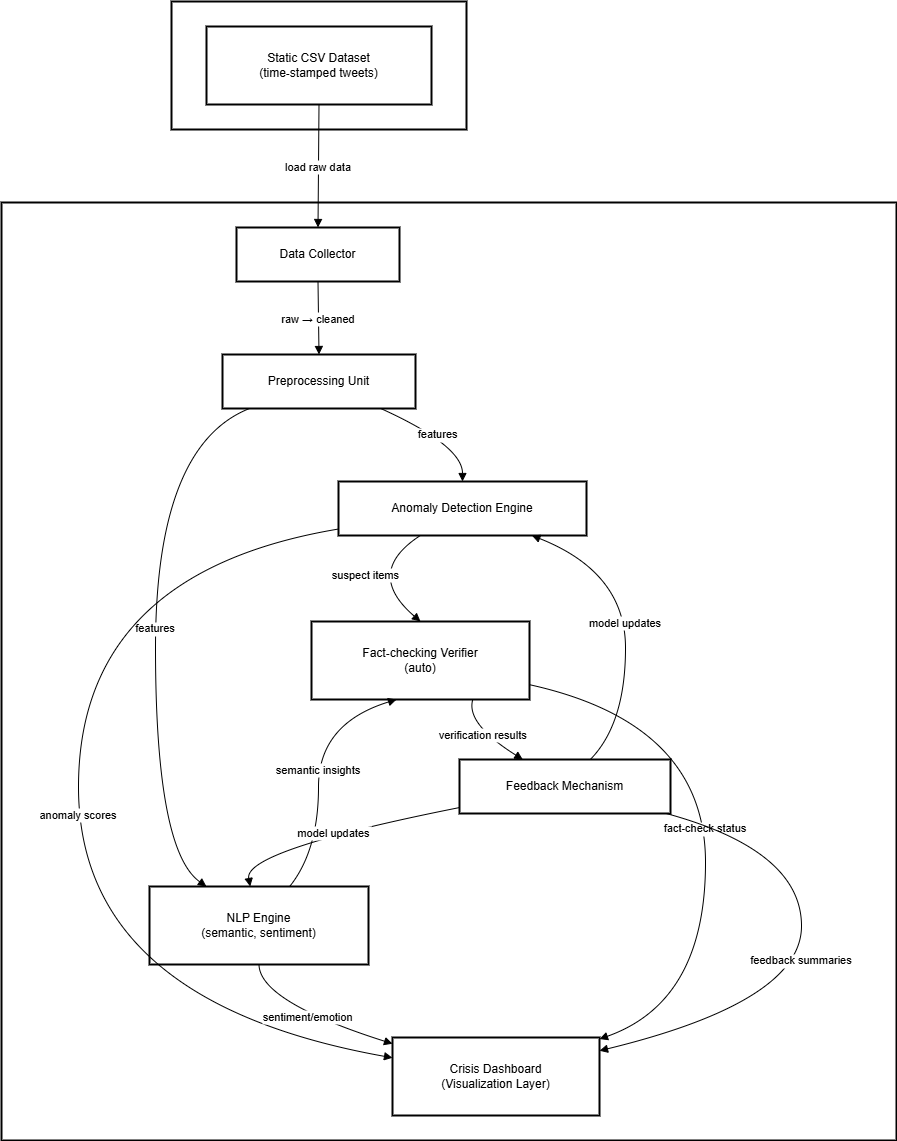
The draw.io diagram Project_Diagram.png in d-ioannidis/Anomaly-Detection-in-Social-Media, before a commit. Source tidied: cells renumbered, new cells last; positions are measured from the earlier drawing's top-left corner, leaving out a move shared by most shapes. Its diagram source:
```xml
<mxGraphModel>
  <root>
    <mxCell id="0" />
    <mxCell id="1" parent="0" />
    <mxCell id="2" value="CrisisDetectionSystem" style="whiteSpace=wrap;strokeWidth=2;" parent="1" vertex="1">
      <mxGeometry y="201" width="895" height="938" as="geometry" />
    </mxCell>
    <mxCell id="3" value="Dataset" style="whiteSpace=wrap;strokeWidth=2;" parent="1" vertex="1">
      <mxGeometry x="170" width="295" height="128" as="geometry" />
    </mxCell>
    <mxCell id="4" value="Static CSV Dataset&#10;(time‑stamped tweets)" style="whiteSpace=wrap;strokeWidth=2;" parent="1" vertex="1">
      <mxGeometry x="205" y="25" width="225" height="78" as="geometry" />
    </mxCell>
    <mxCell id="5" value="Data Collector" style="whiteSpace=wrap;strokeWidth=2;" parent="1" vertex="1">
      <mxGeometry x="235" y="226" width="163" height="54" as="geometry" />
    </mxCell>
    <mxCell id="6" value="Preprocessing Unit" style="whiteSpace=wrap;strokeWidth=2;" parent="1" vertex="1">
      <mxGeometry x="221" y="353" width="193" height="54" as="geometry" />
    </mxCell>
    <mxCell id="7" value="Anomaly Detection Engine" style="whiteSpace=wrap;strokeWidth=2;" parent="1" vertex="1">
      <mxGeometry x="337" y="480" width="248" height="54" as="geometry" />
    </mxCell>
    <mxCell id="8" value="NLP Engine&#10;(semantic, sentiment)" style="whiteSpace=wrap;strokeWidth=2;" parent="1" vertex="1">
      <mxGeometry x="148" y="885" width="219" height="78" as="geometry" />
    </mxCell>
    <mxCell id="9" value="Fact‑checking Verifier&#10;(auto)" style="whiteSpace=wrap;strokeWidth=2;" parent="1" vertex="1">
      <mxGeometry x="310" y="620" width="218" height="78" as="geometry" />
    </mxCell>
    <mxCell id="10" value="Feedback Mechanism" style="whiteSpace=wrap;strokeWidth=2;" parent="1" vertex="1">
      <mxGeometry x="458" y="758" width="211" height="54" as="geometry" />
    </mxCell>
    <mxCell id="11" value="Crisis Dashboard&#10;(Visualization Layer)" style="whiteSpace=wrap;strokeWidth=2;" parent="1" vertex="1">
      <mxGeometry x="391" y="1036" width="207" height="78" as="geometry" />
    </mxCell>
    <mxCell id="12" value="load raw data" style="curved=1;startArrow=none;endArrow=block;exitX=0.5;exitY=1;entryX=0.5;entryY=0;rounded=0;" parent="1" edge="1" source="4" target="5">
      <mxGeometry relative="1" as="geometry" />
    </mxCell>
    <mxCell id="13" value="raw → cleaned" style="curved=1;startArrow=none;endArrow=block;exitX=0.5;exitY=1;entryX=0.5;entryY=0;rounded=0;" parent="1" edge="1" source="5" target="6">
      <mxGeometry relative="1" as="geometry" />
    </mxCell>
    <mxCell id="14" value="features" style="curved=1;startArrow=none;endArrow=block;exitX=0.82;exitY=1;entryX=0.5;entryY=0;rounded=0;" parent="1" edge="1" source="6" target="7">
      <mxGeometry relative="1" as="geometry">
        <Array as="points">
          <mxPoint x="461" y="444" />
        </Array>
      </mxGeometry>
    </mxCell>
    <mxCell id="15" value="features" style="curved=1;startArrow=none;endArrow=block;exitX=0.14;exitY=1;entryX=0.26;entryY=0;rounded=0;" parent="1" edge="1" source="6" target="8">
      <mxGeometry relative="1" as="geometry">
        <Array as="points">
          <mxPoint x="154" y="444" />
          <mxPoint x="154" y="849" />
        </Array>
      </mxGeometry>
    </mxCell>
    <mxCell id="16" value="suspect items" style="curved=1;startArrow=none;endArrow=block;exitX=0.33;exitY=1;entryX=0.5;entryY=0;rounded=0;" parent="1" edge="1" source="7" target="9">
      <mxGeometry relative="1" as="geometry">
        <Array as="points">
          <mxPoint x="362" y="571" />
        </Array>
      </mxGeometry>
    </mxCell>
    <mxCell id="17" value="semantic insights" style="curved=1;startArrow=none;endArrow=block;exitX=0.64;exitY=0;entryX=0.39;entryY=1;rounded=0;" parent="1" edge="1" source="8" target="9">
      <mxGeometry relative="1" as="geometry">
        <Array as="points">
          <mxPoint x="317" y="849" />
          <mxPoint x="317" y="722" />
        </Array>
      </mxGeometry>
    </mxCell>
    <mxCell id="18" value="verification results" style="curved=1;startArrow=none;endArrow=block;exitX=0.74;exitY=1;entryX=0.3;entryY=0;rounded=0;" parent="1" edge="1" source="9" target="10">
      <mxGeometry relative="1" as="geometry">
        <Array as="points">
          <mxPoint x="464" y="722" />
        </Array>
      </mxGeometry>
    </mxCell>
    <mxCell id="19" value="model updates" style="curved=1;startArrow=none;endArrow=block;exitX=0.62;exitY=0;entryX=0.78;entryY=1;rounded=0;" parent="1" edge="1" source="10" target="7">
      <mxGeometry relative="1" as="geometry">
        <Array as="points">
          <mxPoint x="624" y="722" />
          <mxPoint x="624" y="571" />
        </Array>
      </mxGeometry>
    </mxCell>
    <mxCell id="20" value="model updates" style="curved=1;startArrow=none;endArrow=block;exitX=0;exitY=0.89;entryX=0.46;entryY=0;rounded=0;" parent="1" edge="1" source="10" target="8">
      <mxGeometry relative="1" as="geometry">
        <Array as="points">
          <mxPoint x="242" y="849" />
        </Array>
      </mxGeometry>
    </mxCell>
    <mxCell id="21" value="anomaly scores" style="curved=1;startArrow=none;endArrow=block;exitX=0;exitY=0.88;entryX=0;entryY=0.26;rounded=0;" parent="1" edge="1" source="7" target="11">
      <mxGeometry relative="1" as="geometry">
        <Array as="points">
          <mxPoint x="77" y="571" />
          <mxPoint x="77" y="1000" />
        </Array>
      </mxGeometry>
    </mxCell>
    <mxCell id="22" value="sentiment/emotion" style="curved=1;startArrow=none;endArrow=block;exitX=0.5;exitY=1;entryX=0;entryY=0.08;rounded=0;" parent="1" edge="1" source="8" target="11">
      <mxGeometry relative="1" as="geometry">
        <Array as="points">
          <mxPoint x="258" y="1000" />
        </Array>
      </mxGeometry>
    </mxCell>
    <mxCell id="23" value="fact‑check status" style="curved=1;startArrow=none;endArrow=block;exitX=1;exitY=0.81;entryX=1;entryY=0.02;rounded=0;" parent="1" edge="1" source="9" target="11">
      <mxGeometry relative="1" as="geometry">
        <Array as="points">
          <mxPoint x="704" y="722" />
          <mxPoint x="704" y="1000" />
        </Array>
      </mxGeometry>
    </mxCell>
    <mxCell id="24" value="feedback summaries" style="curved=1;startArrow=none;endArrow=block;exitX=0.98;exitY=1;entryX=1;entryY=0.17;rounded=0;" parent="1" edge="1" source="10" target="11">
      <mxGeometry relative="1" as="geometry">
        <Array as="points">
          <mxPoint x="800" y="849" />
          <mxPoint x="800" y="1000" />
        </Array>
      </mxGeometry>
    </mxCell>
  </root>
</mxGraphModel>
```
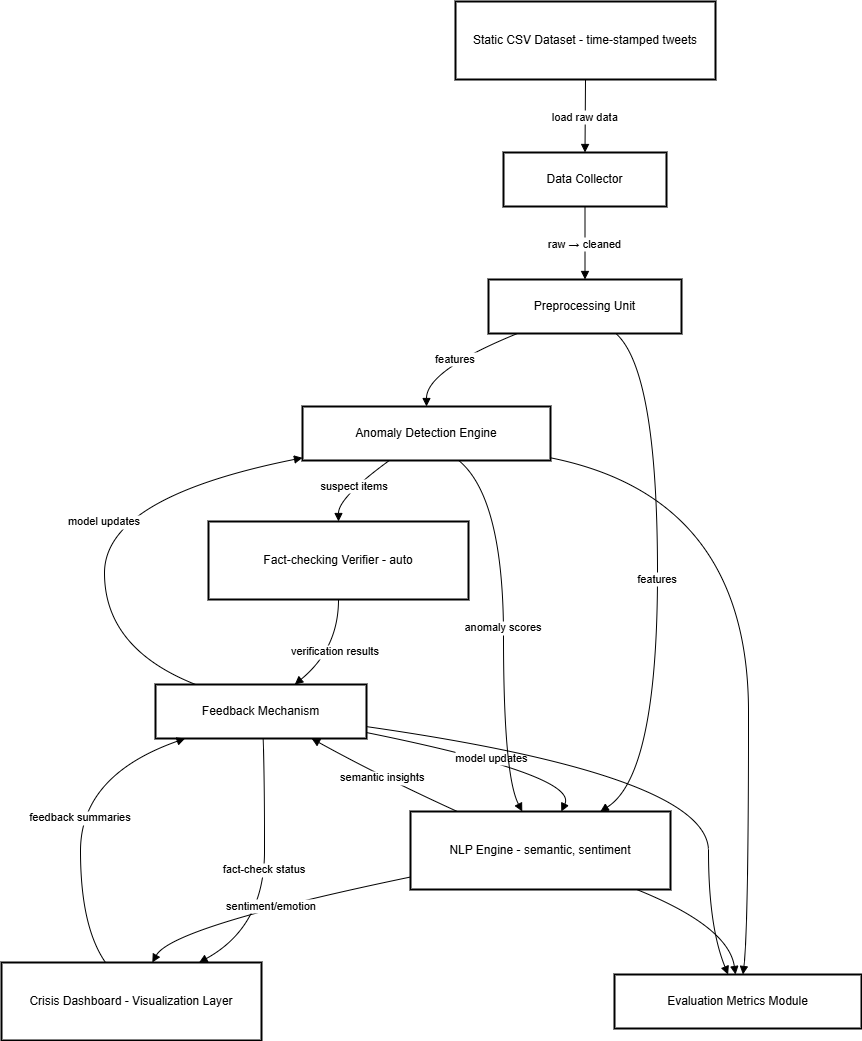
The same diagram one commit later.

Commit message:
Implement Fact-Checker and Feedback (WIP)

The edit, as a diff of the source:
```diff
@@ -2,124 +2,143 @@
   <root>
     <mxCell id="0" />
     <mxCell id="1" parent="0" />
-    <mxCell id="2" value="CrisisDetectionSystem" style="whiteSpace=wrap;strokeWidth=2;" parent="1" vertex="1">
-      <mxGeometry y="201" width="895" height="938" as="geometry" />
-    </mxCell>
-    <mxCell id="3" value="Dataset" style="whiteSpace=wrap;strokeWidth=2;" parent="1" vertex="1">
-      <mxGeometry x="170" width="295" height="128" as="geometry" />
-    </mxCell>
-    <mxCell id="4" value="Static CSV Dataset&#10;(time‑stamped tweets)" style="whiteSpace=wrap;strokeWidth=2;" parent="1" vertex="1">
-      <mxGeometry x="205" y="25" width="225" height="78" as="geometry" />
-    </mxCell>
+    <mxCell id="25" value="Static CSV Dataset - time-stamped tweets" style="whiteSpace=wrap;strokeWidth=2;" parent="1" vertex="1">
+      <mxGeometry x="454" width="260" height="78" as="geometry" />
+    </mxCell>
     <mxCell id="5" value="Data Collector" style="whiteSpace=wrap;strokeWidth=2;" parent="1" vertex="1">
-      <mxGeometry x="235" y="226" width="163" height="54" as="geometry" />
+      <mxGeometry x="502" y="151" width="163" height="54" as="geometry" />
     </mxCell>
     <mxCell id="6" value="Preprocessing Unit" style="whiteSpace=wrap;strokeWidth=2;" parent="1" vertex="1">
-      <mxGeometry x="221" y="353" width="193" height="54" as="geometry" />
+      <mxGeometry x="487" y="278" width="193" height="54" as="geometry" />
     </mxCell>
     <mxCell id="7" value="Anomaly Detection Engine" style="whiteSpace=wrap;strokeWidth=2;" parent="1" vertex="1">
-      <mxGeometry x="337" y="480" width="248" height="54" as="geometry" />
+      <mxGeometry x="301" y="405" width="248" height="54" as="geometry" />
     </mxCell>
-    <mxCell id="8" value="NLP Engine&#10;(semantic, sentiment)" style="whiteSpace=wrap;strokeWidth=2;" parent="1" vertex="1">
-      <mxGeometry x="148" y="885" width="219" height="78" as="geometry" />
-    </mxCell>
-    <mxCell id="9" value="Fact‑checking Verifier&#10;(auto)" style="whiteSpace=wrap;strokeWidth=2;" parent="1" vertex="1">
-      <mxGeometry x="310" y="620" width="218" height="78" as="geometry" />
-    </mxCell>
+    <mxCell id="26" value="NLP Engine - semantic, sentiment" style="whiteSpace=wrap;strokeWidth=2;" parent="1" vertex="1">
+      <mxGeometry x="409" y="810" width="260" height="78" as="geometry" />
+    </mxCell>
+    <mxCell id="27" value="Fact-checking Verifier - auto" style="whiteSpace=wrap;strokeWidth=2;" parent="1" vertex="1">
+      <mxGeometry x="207" y="520" width="260" height="78" as="geometry" />
+    </mxCell>
     <mxCell id="10" value="Feedback Mechanism" style="whiteSpace=wrap;strokeWidth=2;" parent="1" vertex="1">
-      <mxGeometry x="458" y="758" width="211" height="54" as="geometry" />
+      <mxGeometry x="154" y="683" width="211" height="54" as="geometry" />
     </mxCell>
-    <mxCell id="11" value="Crisis Dashboard&#10;(Visualization Layer)" style="whiteSpace=wrap;strokeWidth=2;" parent="1" vertex="1">
-      <mxGeometry x="391" y="1036" width="207" height="78" as="geometry" />
-    </mxCell>
+    <mxCell id="28" value="Crisis Dashboard - Visualization Layer" style="whiteSpace=wrap;strokeWidth=2;" parent="1" vertex="1">
+      <mxGeometry y="961" width="260" height="78" as="geometry" />
+    </mxCell>
+    <mxCell id="29" value="Evaluation Metrics Module" style="whiteSpace=wrap;strokeWidth=2;" parent="1" vertex="1">
+      <mxGeometry x="613" y="973" width="247" height="54" as="geometry" />
+    </mxCell>
-    <mxCell id="12" value="load raw data" style="curved=1;startArrow=none;endArrow=block;exitX=0.5;exitY=1;entryX=0.5;entryY=0;rounded=0;" parent="1" edge="1" source="4" target="5">
+    <mxCell id="12" value="load raw data" style="curved=1;startArrow=none;endArrow=block;exitX=0.5;exitY=1;entryX=0.5;entryY=0;rounded=0;" parent="1" edge="1" source="25" target="5">
       <mxGeometry relative="1" as="geometry" />
     </mxCell>
     <mxCell id="13" value="raw → cleaned" style="curved=1;startArrow=none;endArrow=block;exitX=0.5;exitY=1;entryX=0.5;entryY=0;rounded=0;" parent="1" edge="1" source="5" target="6">
       <mxGeometry relative="1" as="geometry" />
     </mxCell>
-    <mxCell id="14" value="features" style="curved=1;startArrow=none;endArrow=block;exitX=0.82;exitY=1;entryX=0.5;entryY=0;rounded=0;" parent="1" edge="1" source="6" target="7">
+    <mxCell id="14" value="features" style="curved=1;startArrow=none;endArrow=block;exitX=0.15;exitY=1;entryX=0.5;entryY=0;rounded=0;" parent="1" edge="1" source="6" target="7">
       <mxGeometry relative="1" as="geometry">
         <Array as="points">
-          <mxPoint x="461" y="444" />
+          <mxPoint x="425" y="369" />
         </Array>
       </mxGeometry>
     </mxCell>
-    <mxCell id="15" value="features" style="curved=1;startArrow=none;endArrow=block;exitX=0.14;exitY=1;entryX=0.26;entryY=0;rounded=0;" parent="1" edge="1" source="6" target="8">
-      <mxGeometry relative="1" as="geometry">
-        <Array as="points">
-          <mxPoint x="154" y="444" />
-          <mxPoint x="154" y="849" />
-        </Array>
-      </mxGeometry>
-    </mxCell>
+    <mxCell id="30" value="features" style="curved=1;startArrow=none;endArrow=block;exitX=0.66;exitY=1;entryX=0.73;entryY=0;rounded=0;" parent="1" edge="1" source="6" target="26">
+      <mxGeometry relative="1" as="geometry">
+        <Array as="points">
+          <mxPoint x="656" y="369" />
+          <mxPoint x="656" y="774" />
+        </Array>
+      </mxGeometry>
+    </mxCell>
-    <mxCell id="16" value="suspect items" style="curved=1;startArrow=none;endArrow=block;exitX=0.33;exitY=1;entryX=0.5;entryY=0;rounded=0;" parent="1" edge="1" source="7" target="9">
+    <mxCell id="16" value="suspect items" style="curved=1;startArrow=none;endArrow=block;exitX=0.35;exitY=1;entryX=0.5;entryY=0;rounded=0;" parent="1" edge="1" source="7" target="27">
       <mxGeometry relative="1" as="geometry">
         <Array as="points">
-          <mxPoint x="362" y="571" />
+          <mxPoint x="337" y="496" />
         </Array>
       </mxGeometry>
     </mxCell>
-    <mxCell id="17" value="semantic insights" style="curved=1;startArrow=none;endArrow=block;exitX=0.64;exitY=0;entryX=0.39;entryY=1;rounded=0;" parent="1" edge="1" source="8" target="9">
-      <mxGeometry relative="1" as="geometry">
-        <Array as="points">
-          <mxPoint x="317" y="849" />
-          <mxPoint x="317" y="722" />
-        </Array>
-      </mxGeometry>
-    </mxCell>
-    <mxCell id="18" value="verification results" style="curved=1;startArrow=none;endArrow=block;exitX=0.74;exitY=1;entryX=0.3;entryY=0;rounded=0;" parent="1" edge="1" source="9" target="10">
+    <mxCell id="18" value="verification results" style="curved=1;startArrow=none;endArrow=block;exitX=0.5;exitY=1;entryX=0.66;entryY=0;rounded=0;" parent="1" edge="1" source="27" target="10">
       <mxGeometry relative="1" as="geometry">
         <Array as="points">
-          <mxPoint x="464" y="722" />
+          <mxPoint x="337" y="647" />
         </Array>
       </mxGeometry>
     </mxCell>
-    <mxCell id="19" value="model updates" style="curved=1;startArrow=none;endArrow=block;exitX=0.62;exitY=0;entryX=0.78;entryY=1;rounded=0;" parent="1" edge="1" source="10" target="7">
+    <mxCell id="19" value="model updates" style="curved=1;startArrow=none;endArrow=block;exitX=0.19;exitY=0;entryX=0;entryY=0.95;rounded=0;" parent="1" edge="1" source="10" target="7">
       <mxGeometry relative="1" as="geometry">
         <Array as="points">
-          <mxPoint x="624" y="722" />
-          <mxPoint x="624" y="571" />
+          <mxPoint x="103" y="647" />
+          <mxPoint x="103" y="496" />
         </Array>
       </mxGeometry>
     </mxCell>
-    <mxCell id="20" value="model updates" style="curved=1;startArrow=none;endArrow=block;exitX=0;exitY=0.89;entryX=0.46;entryY=0;rounded=0;" parent="1" edge="1" source="10" target="8">
-      <mxGeometry relative="1" as="geometry">
-        <Array as="points">
-          <mxPoint x="242" y="849" />
-        </Array>
-      </mxGeometry>
-    </mxCell>
+    <mxCell id="31" value="model updates" style="curved=1;startArrow=none;endArrow=block;exitX=1;exitY=0.89;entryX=0.58;entryY=0;rounded=0;" parent="1" edge="1" source="10" target="26">
+      <mxGeometry relative="1" as="geometry">
+        <Array as="points">
+          <mxPoint x="577" y="774" />
+        </Array>
+      </mxGeometry>
+    </mxCell>
+    <mxCell id="32" value="fact-check status" style="curved=1;startArrow=none;endArrow=block;exitX=0.51;exitY=1;entryX=0.76;entryY=0;rounded=0;" parent="1" edge="1" source="10" target="28">
+      <mxGeometry relative="1" as="geometry">
+        <Array as="points">
+          <mxPoint x="263" y="774" />
+          <mxPoint x="263" y="925" />
+        </Array>
+      </mxGeometry>
+    </mxCell>
+    <mxCell id="24" value="feedback summaries" style="curved=1;startArrow=none;endArrow=block;exitX=0.4;exitY=0;entryX=0.14;entryY=1;rounded=0;" parent="1" edge="1" source="28" target="10">
+      <mxGeometry relative="1" as="geometry">
+        <Array as="points">
+          <mxPoint x="79" y="925" />
+          <mxPoint x="79" y="774" />
+        </Array>
+      </mxGeometry>
+    </mxCell>
-    <mxCell id="21" value="anomaly scores" style="curved=1;startArrow=none;endArrow=block;exitX=0;exitY=0.88;entryX=0;entryY=0.26;rounded=0;" parent="1" edge="1" source="7" target="11">
+    <mxCell id="21" value="anomaly scores" style="curved=1;startArrow=none;endArrow=block;exitX=0.63;exitY=1;entryX=0.43;entryY=0;rounded=0;" parent="1" edge="1" source="7" target="26">
       <mxGeometry relative="1" as="geometry">
         <Array as="points">
-          <mxPoint x="77" y="571" />
-          <mxPoint x="77" y="1000" />
+          <mxPoint x="502" y="496" />
+          <mxPoint x="502" y="774" />
         </Array>
       </mxGeometry>
     </mxCell>
-    <mxCell id="22" value="sentiment/emotion" style="curved=1;startArrow=none;endArrow=block;exitX=0.5;exitY=1;entryX=0;entryY=0.08;rounded=0;" parent="1" edge="1" source="8" target="11">
+    <mxCell id="22" value="sentiment/emotion" style="curved=1;startArrow=none;endArrow=block;exitX=0;exitY=0.84;entryX=0.58;entryY=0;rounded=0;" parent="1" edge="1" source="26" target="28">
       <mxGeometry relative="1" as="geometry">
         <Array as="points">
-          <mxPoint x="258" y="1000" />
+          <mxPoint x="171" y="925" />
         </Array>
       </mxGeometry>
     </mxCell>
-    <mxCell id="23" value="fact‑check status" style="curved=1;startArrow=none;endArrow=block;exitX=1;exitY=0.81;entryX=1;entryY=0.02;rounded=0;" parent="1" edge="1" source="9" target="11">
-      <mxGeometry relative="1" as="geometry">
-        <Array as="points">
-          <mxPoint x="704" y="722" />
-          <mxPoint x="704" y="1000" />
-        </Array>
-      </mxGeometry>
-    </mxCell>
-    <mxCell id="24" value="feedback summaries" style="curved=1;startArrow=none;endArrow=block;exitX=0.98;exitY=1;entryX=1;entryY=0.17;rounded=0;" parent="1" edge="1" source="10" target="11">
-      <mxGeometry relative="1" as="geometry">
-        <Array as="points">
-          <mxPoint x="800" y="849" />
-          <mxPoint x="800" y="1000" />
-        </Array>
-      </mxGeometry>
-    </mxCell>
+    <mxCell id="17" value="semantic insights" style="curved=1;startArrow=none;endArrow=block;exitX=0.18;exitY=0;entryX=0.74;entryY=1;rounded=0;" parent="1" edge="1" source="26" target="10">
+      <mxGeometry relative="1" as="geometry">
+        <Array as="points">
+          <mxPoint x="377" y="774" />
+        </Array>
+      </mxGeometry>
+    </mxCell>
+    <mxCell id="33" style="curved=1;startArrow=none;endArrow=block;exitX=1;exitY=0.95;entryX=0.52;entryY=0;rounded=0;" parent="1" edge="1" source="7" target="29">
+      <mxGeometry relative="1" as="geometry">
+        <Array as="points">
+          <mxPoint x="747" y="496" />
+          <mxPoint x="747" y="925" />
+        </Array>
+      </mxGeometry>
+    </mxCell>
+    <mxCell id="34" style="curved=1;startArrow=none;endArrow=block;exitX=0.87;exitY=1;entryX=0.49;entryY=0;rounded=0;" parent="1" edge="1" source="26" target="29">
+      <mxGeometry relative="1" as="geometry">
+        <Array as="points">
+          <mxPoint x="727" y="925" />
+        </Array>
+      </mxGeometry>
+    </mxCell>
+    <mxCell id="35" style="curved=1;startArrow=none;endArrow=block;exitX=1;exitY=0.78;entryX=0.46;entryY=0;rounded=0;" parent="1" edge="1" source="10" target="29">
+      <mxGeometry relative="1" as="geometry">
+        <Array as="points">
+          <mxPoint x="707" y="774" />
+          <mxPoint x="707" y="925" />
+        </Array>
+      </mxGeometry>
+    </mxCell>
   </root>
 </mxGraphModel>
```
